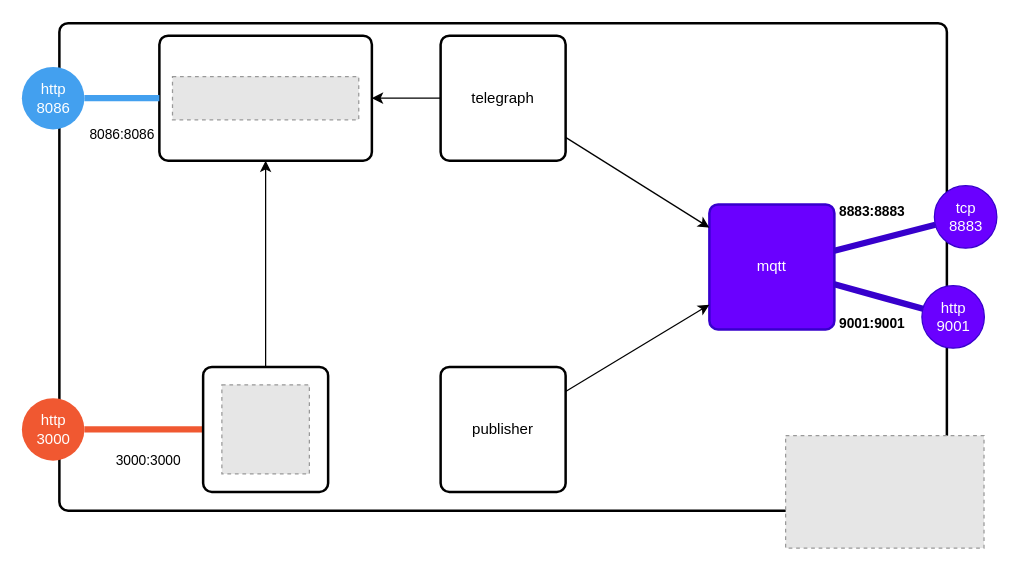
This is page "no-proxy" (1 of 2) of assets/img/2023/docker-reverse-proxy/reverse-proxy.drawio from UNAHUR-OPE1/blog, a draw.io file, before an edit. Source tidied: cells renumbered, new cells numbered last; positions are measured from the earlier drawing's top-left corner, leaving out a move shared by most shapes. Both pictures are drawn from the tidied source at 125%, with x=0, y=0 at pixel (21, 22). Pictures stored in the file or linked from it are replaced by grey dashed boxes.
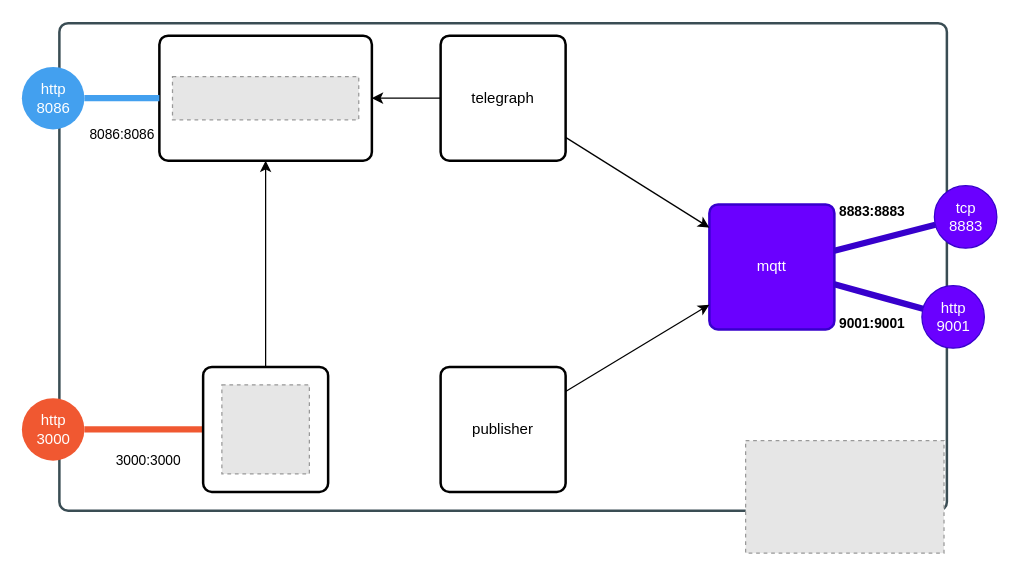
The same page after the edit.

Change to the diagram source:
```diff
@@
-    <mxCell id="2" style="rounded=1;whiteSpace=wrap;html=1;absoluteArcSize=1;arcSize=14;strokeWidth=2;" parent="1" vertex="1">
+    <mxCell id="2" style="rounded=1;whiteSpace=wrap;html=1;absoluteArcSize=1;arcSize=14;strokeWidth=2;strokeColor=#3a4d54;" parent="1" vertex="1">
       <mxGeometry x="30" width="710" height="390" as="geometry" />
     </mxCell>
@@
     <mxCell id="4" style="fillColor=#E6E6E6;strokeColor=#999999;dashed=1;verticalLabelPosition=bottom;labelBackgroundColor=default;verticalAlign=top;" parent="1" vertex="1">
-      <mxGeometry x="611" y="330" width="158.7" height="90" as="geometry" />
+      <mxGeometry x="579" y="334" width="158.7" height="90" as="geometry" />
     </mxCell>
```
